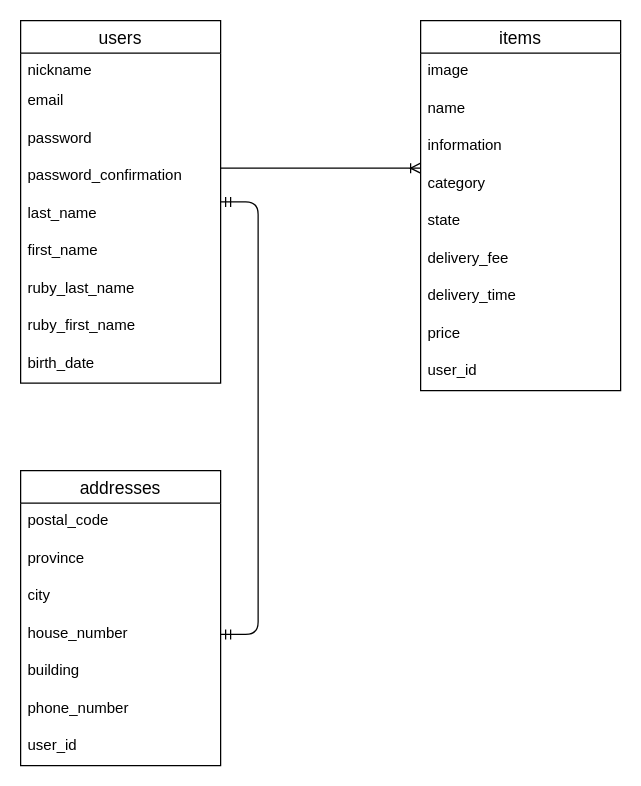
Before: furima-37747.dio in tsuyori-S/furima-37747, a draw.io diagram. Source tidied: cells renumbered, new cells numbered last; positions are measured from the earlier drawing's top-left corner, leaving out a move shared by most shapes. Both pictures are drawn from the tidied source at 125%, with x=0, y=0 at pixel (20, 20).
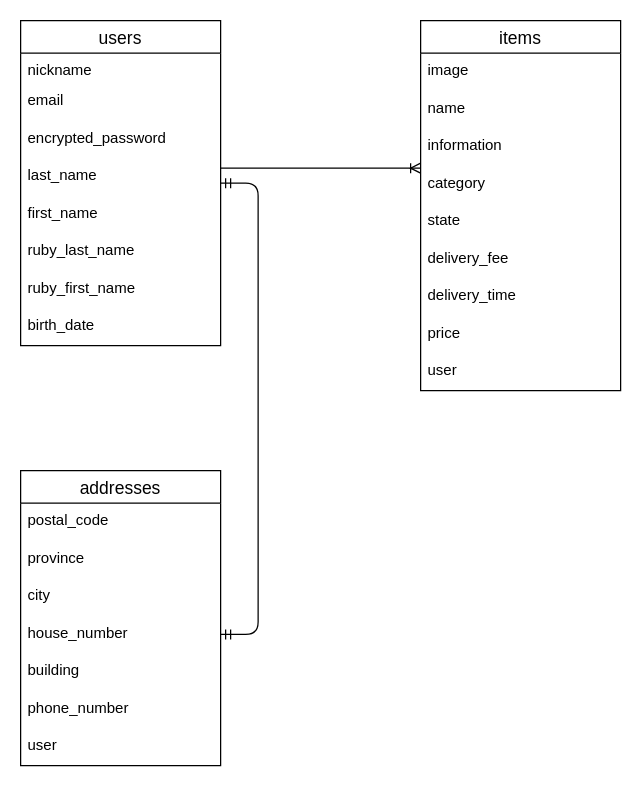
The same diagram, later.

The change refers to these unchanged cells:
```xml
<mxCell id="2" value="addresses" style="swimlane;fontStyle=0;horizontal=1;startSize=26;align=center;fontSize=14;" parent="1" vertex="1">
  <mxGeometry y="360" width="160" height="236" as="geometry" />
</mxCell>
<mxCell id="10" value="items" style="swimlane;fontStyle=0;horizontal=1;startSize=26;align=center;fontSize=14;" parent="1" vertex="1">
  <mxGeometry x="320" width="160" height="296" as="geometry" />
</mxCell>
```

Change to the diagram source:
```diff
@@
-    <mxCell id="9" value="user_id" style="text;strokeColor=none;fillColor=none;spacingLeft=4;spacingRight=4;overflow=hidden;fontSize=12;" parent="2" vertex="1">
+    <mxCell id="9" value="user" style="text;strokeColor=none;fillColor=none;spacingLeft=4;spacingRight=4;overflow=hidden;fontSize=12;" parent="2" vertex="1">
       <mxGeometry y="206" width="160" height="30" as="geometry" />
     </mxCell>
@@
-    <mxCell id="19" value="user_id" style="text;strokeColor=none;fillColor=none;spacingLeft=4;spacingRight=4;overflow=hidden;fontSize=12;" parent="10" vertex="1">
+    <mxCell id="19" value="user" style="text;strokeColor=none;fillColor=none;spacingLeft=4;spacingRight=4;overflow=hidden;fontSize=12;" parent="10" vertex="1">
       <mxGeometry y="266" width="160" height="30" as="geometry" />
     </mxCell>
     <mxCell id="20" value="users" style="swimlane;fontStyle=0;horizontal=1;startSize=26;align=center;fontSize=14;" parent="1" vertex="1">
-      <mxGeometry width="160" height="290" as="geometry" />
+      <mxGeometry width="160" height="260" as="geometry" />
     </mxCell>
@@
-    <mxCell id="23" value="password" style="text;strokeColor=none;fillColor=none;spacingLeft=4;spacingRight=4;overflow=hidden;fontSize=12;" parent="20" vertex="1">
-      <mxGeometry y="80" width="160" height="30" as="geometry" />
-    </mxCell>
-    <mxCell id="24" value="password_confirmation" style="text;strokeColor=none;fillColor=none;spacingLeft=4;spacingRight=4;overflow=hidden;fontSize=12;" parent="20" vertex="1">
-      <mxGeometry y="110" width="160" height="30" as="geometry" />
+    <mxCell id="24" value="encrypted_password" style="text;strokeColor=none;fillColor=none;spacingLeft=4;spacingRight=4;overflow=hidden;fontSize=12;" parent="20" vertex="1">
+      <mxGeometry y="80" width="160" height="30" as="geometry" />
     </mxCell>
     <mxCell id="25" value="last_name" style="text;strokeColor=none;fillColor=none;spacingLeft=4;spacingRight=4;overflow=hidden;fontSize=12;" parent="20" vertex="1">
-      <mxGeometry y="140" width="160" height="30" as="geometry" />
+      <mxGeometry y="110" width="160" height="30" as="geometry" />
     </mxCell>
     <mxCell id="26" value="first_name" style="text;strokeColor=none;fillColor=none;spacingLeft=4;spacingRight=4;overflow=hidden;fontSize=12;" parent="20" vertex="1">
-      <mxGeometry y="170" width="160" height="30" as="geometry" />
+      <mxGeometry y="140" width="160" height="30" as="geometry" />
     </mxCell>
     <mxCell id="27" value="ruby_last_name" style="text;strokeColor=none;fillColor=none;spacingLeft=4;spacingRight=4;overflow=hidden;fontSize=12;" parent="20" vertex="1">
-      <mxGeometry y="200" width="160" height="30" as="geometry" />
+      <mxGeometry y="170" width="160" height="30" as="geometry" />
     </mxCell>
     <mxCell id="28" value="ruby_first_name" style="text;strokeColor=none;fillColor=none;spacingLeft=4;spacingRight=4;overflow=hidden;fontSize=12;" parent="20" vertex="1">
-      <mxGeometry y="230" width="160" height="30" as="geometry" />
+      <mxGeometry y="200" width="160" height="30" as="geometry" />
     </mxCell>
     <mxCell id="29" value="birth_date" style="text;strokeColor=none;fillColor=none;spacingLeft=4;spacingRight=4;overflow=hidden;fontSize=12;" parent="20" vertex="1">
-      <mxGeometry y="260" width="160" height="30" as="geometry" />
+      <mxGeometry y="230" width="160" height="30" as="geometry" />
     </mxCell>
```
